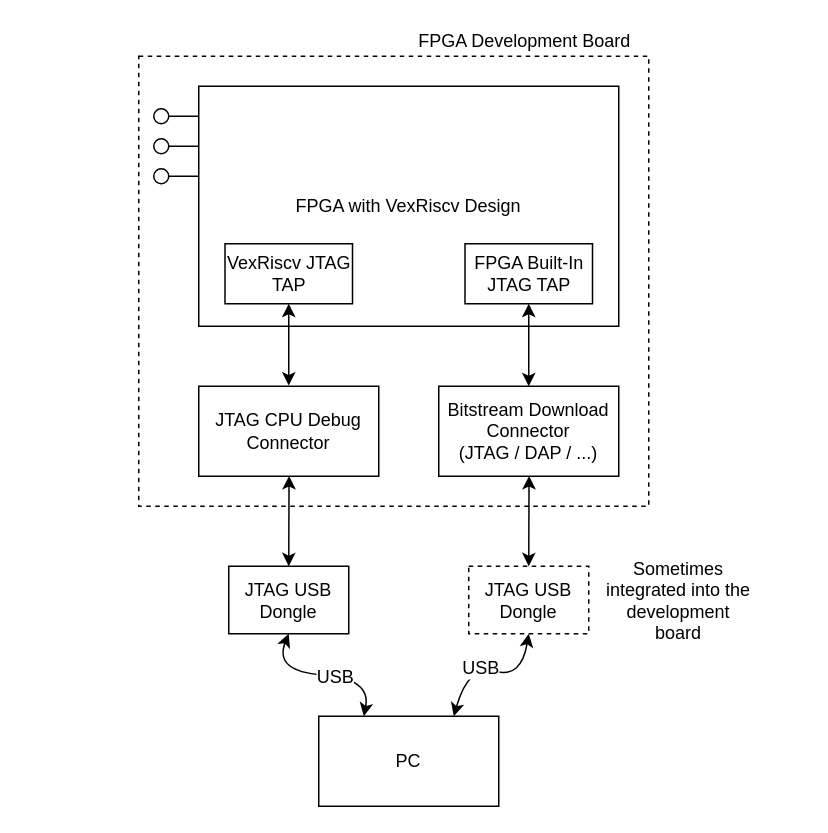
The draw.io diagram page "system_setup_generic" (3 of 4) of assets/vexriscv_ocd/vexriscv_ocd.drawio in tomverbeure/tomverbeure.github.io, before the edit. Source tidied: cells renumbered, new cells numbered last; positions are measured from the earlier drawing's top-left corner, leaving out a move shared by most shapes. Both pictures are drawn from the tidied source at 150%, with x=0, y=0 at pixel (138, 26).
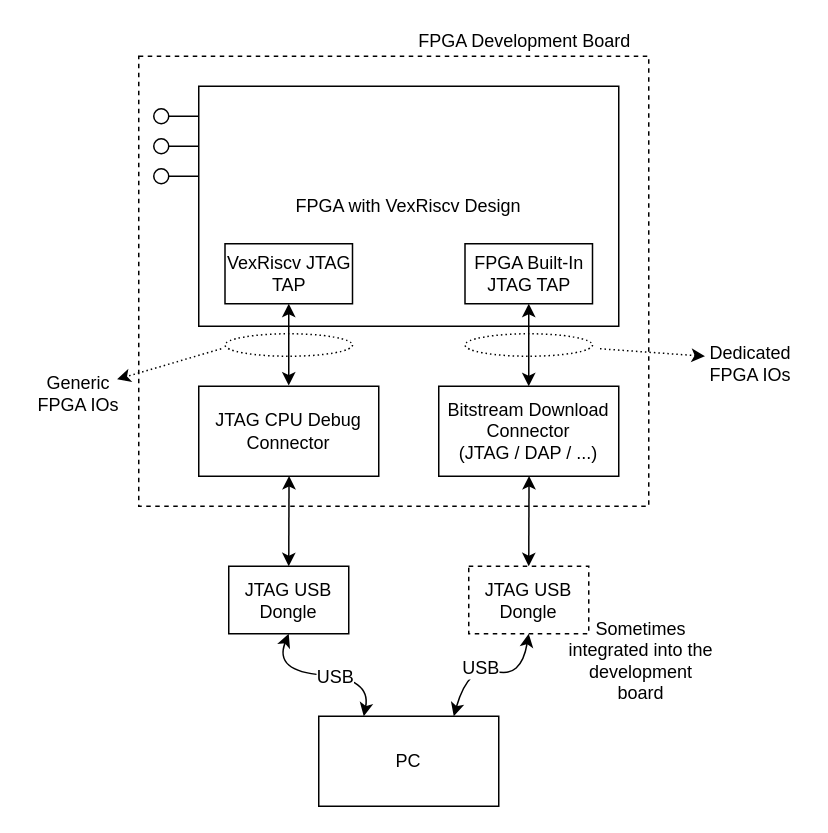
The same diagram, later.

The edit, as a diff of the source:
```diff
@@
     <mxCell id="26" value="Sometimes integrated into the development board" style="text;html=1;strokeColor=none;fillColor=none;align=center;verticalAlign=middle;whiteSpace=wrap;rounded=0;" parent="1" vertex="1">
-      <mxGeometry x="310" y="350" width="100" height="65" as="geometry" />
+      <mxGeometry x="285" y="390" width="100" height="65" as="geometry" />
     </mxCell>
+    <mxCell id="27" style="ellipse;whiteSpace=wrap;html=1;dashed=1;dashPattern=1 2;fillColor=none;" parent="1" vertex="1">
+      <mxGeometry x="57.5" y="205" width="85" height="15" as="geometry" />
+    </mxCell>
+    <mxCell id="28" value="Dedicated&lt;br&gt;FPGA IOs" style="text;html=1;strokeColor=none;fillColor=none;align=center;verticalAlign=middle;whiteSpace=wrap;rounded=0;dashed=1;dashPattern=1 2;" parent="1" vertex="1">
+      <mxGeometry x="372.5" y="215" width="70" height="20" as="geometry" />
+    </mxCell>
+    <mxCell id="29" style="endArrow=classic;html=1;dashed=1;dashPattern=1 2;" parent="1" edge="1">
+      <mxGeometry relative="1" as="geometry">
+        <mxPoint x="307.5" y="215" as="sourcePoint" />
+        <mxPoint x="377.5" y="220" as="targetPoint" />
+      </mxGeometry>
+    </mxCell>
+    <mxCell id="30" style="ellipse;whiteSpace=wrap;html=1;dashed=1;dashPattern=1 2;fillColor=none;" parent="1" vertex="1">
+      <mxGeometry x="217.5" y="205" width="85" height="15" as="geometry" />
+    </mxCell>
+    <mxCell id="31" value="Generic&lt;br&gt;FPGA IOs" style="text;html=1;strokeColor=none;fillColor=none;align=center;verticalAlign=middle;whiteSpace=wrap;rounded=0;dashed=1;dashPattern=1 2;" parent="1" vertex="1">
+      <mxGeometry x="-75" y="235" width="70" height="20" as="geometry" />
+    </mxCell>
+    <mxCell id="32" style="endArrow=classic;html=1;dashed=1;dashPattern=1 2;entryX=0.865;entryY=0.02;entryDx=0;entryDy=0;entryPerimeter=0;" parent="1" edge="1" target="31">
+      <mxGeometry relative="1" as="geometry">
+        <mxPoint x="55" y="215" as="sourcePoint" />
+      </mxGeometry>
+    </mxCell>
```
